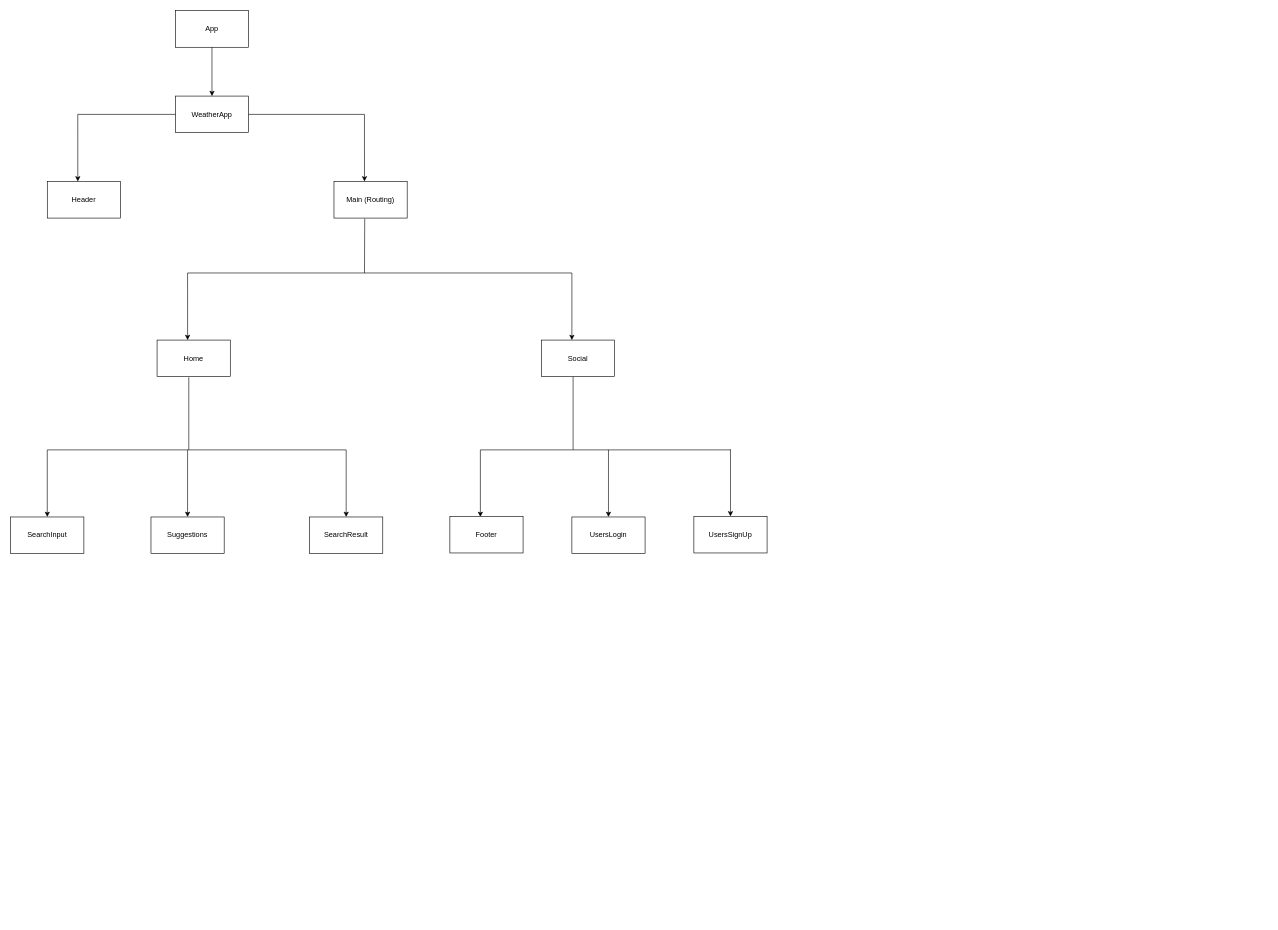
Earlier version of the draw.io diagram weather_app/Bluessky.drawio (tcvduc/bluessky). Source tidied: cells renumbered, new cells numbered last; positions are measured from the earlier drawing's top-left corner, leaving out a move shared by most shapes. Both pictures are drawn from the tidied source at 61%, with x=0, y=0 at pixel (10, 10).
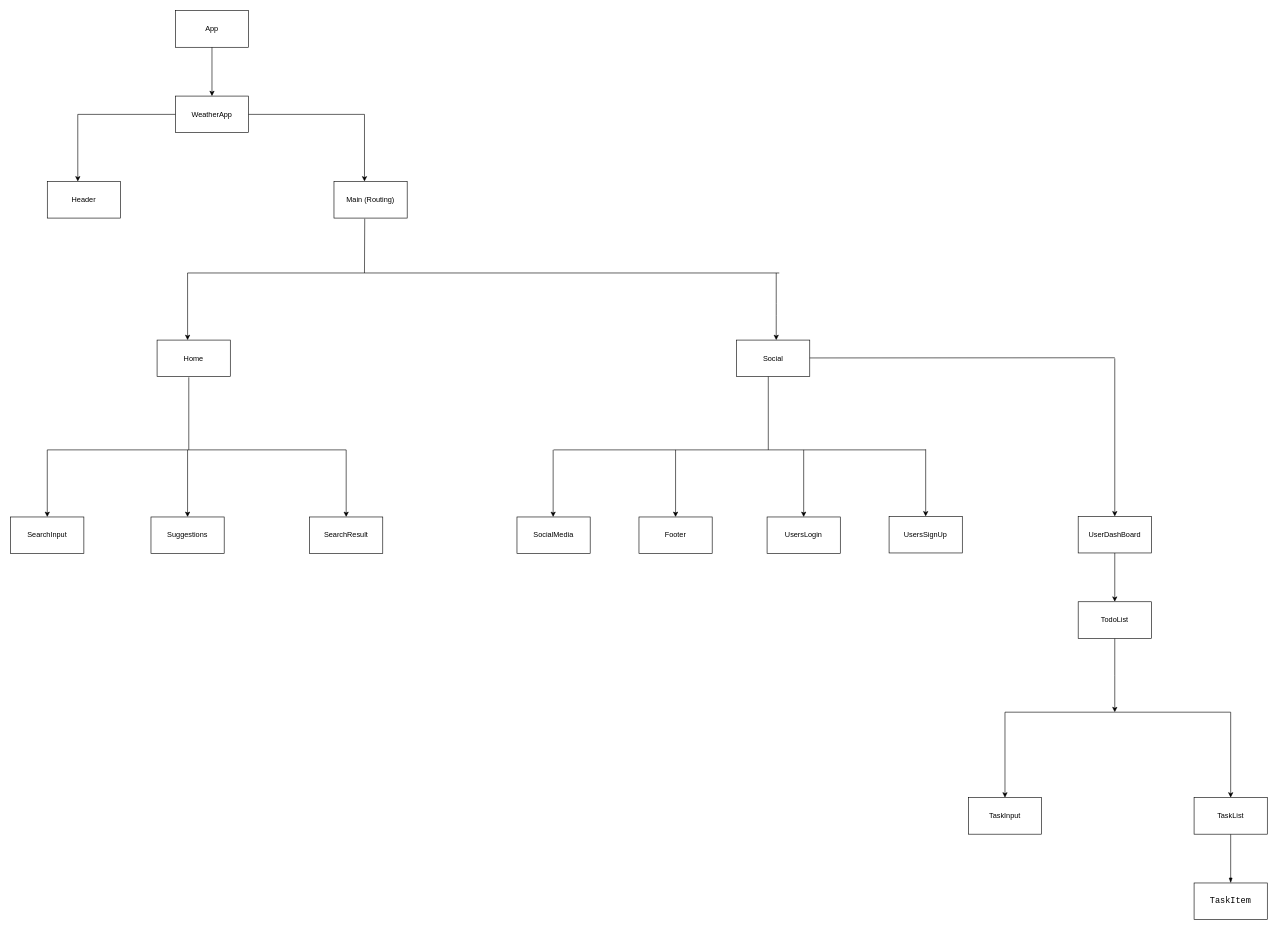
Above is the later version.

The edit, as a diff of the source:
```diff
@@
     <mxCell id="12" style="endArrow=none;html=1;" parent="1" edge="1">
       <mxGeometry relative="1" as="geometry">
         <mxPoint x="290" y="430" as="sourcePoint" />
-        <mxPoint x="920" y="430" as="targetPoint" />
+        <mxPoint x="1260" y="430" as="targetPoint" />
       </mxGeometry>
     </mxCell>
@@
     <mxCell id="15" value="Social" style="rounded=0;whiteSpace=wrap;html=1;" parent="1" vertex="1">
-      <mxGeometry x="870" y="540" width="120" height="60" as="geometry" />
+      <mxGeometry x="1190" y="540" width="120" height="60" as="geometry" />
     </mxCell>
     <mxCell id="16" style="endArrow=classic;html=1;" parent="1" edge="1">
       <mxGeometry relative="1" as="geometry">
-        <mxPoint x="920" y="430" as="sourcePoint" />
-        <mxPoint x="920" y="540" as="targetPoint" />
+        <mxPoint x="1255" y="430" as="sourcePoint" />
+        <mxPoint x="1255" y="540" as="targetPoint" />
+        <Array as="points">
+          <mxPoint x="1255" y="490" />
+        </Array>
       </mxGeometry>
     </mxCell>
@@
     <mxCell id="25" style="endArrow=classic;html=1;entryX=0.417;entryY=0;entryDx=0;entryDy=0;entryPerimeter=0;" parent="1" edge="1">
       <mxGeometry relative="1" as="geometry">
-        <mxPoint x="1180" y="719" as="sourcePoint" />
-        <mxPoint x="1180" y="829" as="targetPoint" />
+        <mxPoint x="1500" y="719" as="sourcePoint" />
+        <mxPoint x="1500" y="829" as="targetPoint" />
       </mxGeometry>
     </mxCell>
     <mxCell id="26" style="endArrow=none;html=1;" parent="1" edge="1">
       <mxGeometry relative="1" as="geometry">
-        <mxPoint x="922" y="720" as="sourcePoint" />
-        <mxPoint x="922" y="600" as="targetPoint" />
+        <mxPoint x="1242" y="720" as="sourcePoint" />
+        <mxPoint x="1242" y="600" as="targetPoint" />
       </mxGeometry>
     </mxCell>
     <mxCell id="27" value="UsersSignUp" style="rounded=0;whiteSpace=wrap;html=1;" parent="1" vertex="1">
-      <mxGeometry x="1120" y="829" width="120" height="60" as="geometry" />
+      <mxGeometry x="1440" y="829" width="120" height="60" as="geometry" />
     </mxCell>
     <mxCell id="28" style="endArrow=classic;html=1;entryX=0.417;entryY=0;entryDx=0;entryDy=0;entryPerimeter=0;" parent="1" edge="1">
       <mxGeometry relative="1" as="geometry">
-        <mxPoint x="770" y="720" as="sourcePoint" />
-        <mxPoint x="770" y="830" as="targetPoint" />
+        <mxPoint x="1090" y="720" as="sourcePoint" />
+        <mxPoint x="1090" y="830" as="targetPoint" />
       </mxGeometry>
     </mxCell>
     <mxCell id="29" value="Footer" style="rounded=0;whiteSpace=wrap;html=1;" parent="1" vertex="1">
-      <mxGeometry x="720" y="829" width="120" height="60" as="geometry" />
+      <mxGeometry x="1030" y="830" width="120" height="60" as="geometry" />
     </mxCell>
     <mxCell id="30" style="endArrow=none;html=1;" parent="1" edge="1">
       <mxGeometry relative="1" as="geometry">
-        <mxPoint x="770" y="720" as="sourcePoint" />
-        <mxPoint x="1180" y="720" as="targetPoint" />
+        <mxPoint x="890" y="720" as="sourcePoint" />
+        <mxPoint x="1500" y="720" as="targetPoint" />
       </mxGeometry>
     </mxCell>
     <mxCell id="31" style="endArrow=classic;html=1;entryX=0.417;entryY=0;entryDx=0;entryDy=0;entryPerimeter=0;" parent="1" edge="1">
       <mxGeometry relative="1" as="geometry">
-        <mxPoint x="980" y="720" as="sourcePoint" />
-        <mxPoint x="980" y="830" as="targetPoint" />
+        <mxPoint x="1300" y="720" as="sourcePoint" />
+        <mxPoint x="1300" y="830" as="targetPoint" />
       </mxGeometry>
     </mxCell>
     <mxCell id="32" value="UsersLogin" style="rounded=0;whiteSpace=wrap;html=1;" parent="1" vertex="1">
-      <mxGeometry x="920" y="830" width="120" height="60" as="geometry" />
+      <mxGeometry x="1240" y="830" width="120" height="60" as="geometry" />
     </mxCell>
+    <mxCell id="33" value="SocialMedia" style="rounded=0;whiteSpace=wrap;html=1;" parent="1" vertex="1">
+      <mxGeometry x="830" y="830" width="120" height="60" as="geometry" />
+    </mxCell>
+    <mxCell id="34" style="endArrow=classic;html=1;entryX=0.417;entryY=0;entryDx=0;entryDy=0;entryPerimeter=0;" parent="1" edge="1">
+      <mxGeometry relative="1" as="geometry">
+        <mxPoint x="889.3" y="720" as="sourcePoint" />
+        <mxPoint x="889.3" y="830" as="targetPoint" />
+      </mxGeometry>
+    </mxCell>
+    <mxCell id="35" style="endArrow=none;html=1;" parent="1" edge="1">
+      <mxGeometry relative="1" as="geometry">
+        <mxPoint x="1310" y="569.3" as="sourcePoint" />
+        <mxPoint x="1810" y="569" as="targetPoint" />
+      </mxGeometry>
+    </mxCell>
+    <mxCell id="36" style="edgeStyle=orthogonalEdgeStyle;rounded=0;jettySize=auto;html=1;" parent="1" edge="1" source="37" target="39">
+      <mxGeometry relative="1" as="geometry" />
+    </mxCell>
+    <mxCell id="37" value="UserDashBoard" style="rounded=0;whiteSpace=wrap;html=1;" parent="1" vertex="1">
+      <mxGeometry x="1750" y="829" width="120" height="60" as="geometry" />
+    </mxCell>
+    <mxCell id="38" style="edgeStyle=orthogonalEdgeStyle;rounded=0;jettySize=auto;html=1;" parent="1" edge="1" source="39">
+      <mxGeometry relative="1" as="geometry">
+        <mxPoint x="1810" y="1150" as="targetPoint" />
+      </mxGeometry>
+    </mxCell>
+    <mxCell id="39" value="TodoList" style="rounded=0;whiteSpace=wrap;html=1;" parent="1" vertex="1">
+      <mxGeometry x="1750" y="969" width="120" height="60" as="geometry" />
+    </mxCell>
+    <mxCell id="40" style="endArrow=classic;html=1;entryX=0.5;entryY=0;entryDx=0;entryDy=0;" parent="1" edge="1" target="37">
+      <mxGeometry relative="1" as="geometry">
+        <mxPoint x="1810" y="570" as="sourcePoint" />
+      </mxGeometry>
+    </mxCell>
+    <mxCell id="41" style="endArrow=none;html=1;" parent="1" edge="1">
+      <mxGeometry relative="1" as="geometry">
+        <mxPoint x="1630" y="1150" as="sourcePoint" />
+        <mxPoint x="2000" y="1150" as="targetPoint" />
+      </mxGeometry>
+    </mxCell>
+    <mxCell id="42" style="endArrow=classic;html=1;" parent="1" edge="1">
+      <mxGeometry relative="1" as="geometry">
+        <mxPoint x="1630" y="1150" as="sourcePoint" />
+        <mxPoint x="1630" y="1290" as="targetPoint" />
+      </mxGeometry>
+    </mxCell>
+    <mxCell id="43" value="TaskInput" style="rounded=0;whiteSpace=wrap;html=1;" parent="1" vertex="1">
+      <mxGeometry x="1570" y="1290" width="120" height="60" as="geometry" />
+    </mxCell>
+    <mxCell id="44" style="endArrow=classic;html=1;" parent="1" edge="1">
+      <mxGeometry relative="1" as="geometry">
+        <mxPoint x="2000" y="1150" as="sourcePoint" />
+        <mxPoint x="2000" y="1290" as="targetPoint" />
+      </mxGeometry>
+    </mxCell>
+    <mxCell id="45" style="edgeStyle=orthogonalEdgeStyle;rounded=0;jettySize=auto;html=1;endArrow=blockThin;endFill=1;" parent="1" edge="1" source="46" target="47">
+      <mxGeometry relative="1" as="geometry" />
+    </mxCell>
+    <mxCell id="46" value="TaskList" style="rounded=0;whiteSpace=wrap;html=1;" parent="1" vertex="1">
+      <mxGeometry x="1940" y="1290" width="120" height="60" as="geometry" />
+    </mxCell>
+    <mxCell id="47" value="&lt;div style=&quot;font-family: &amp;#34;consolas&amp;#34; , &amp;#34;courier new&amp;#34; , monospace ; font-size: 14px ; line-height: 19px&quot;&gt;&lt;span&gt;TaskItem&lt;/span&gt;&lt;/div&gt;" style="rounded=0;whiteSpace=wrap;html=1;" parent="1" vertex="1">
+      <mxGeometry x="1940" y="1430" width="120" height="60" as="geometry" />
+    </mxCell>
```
